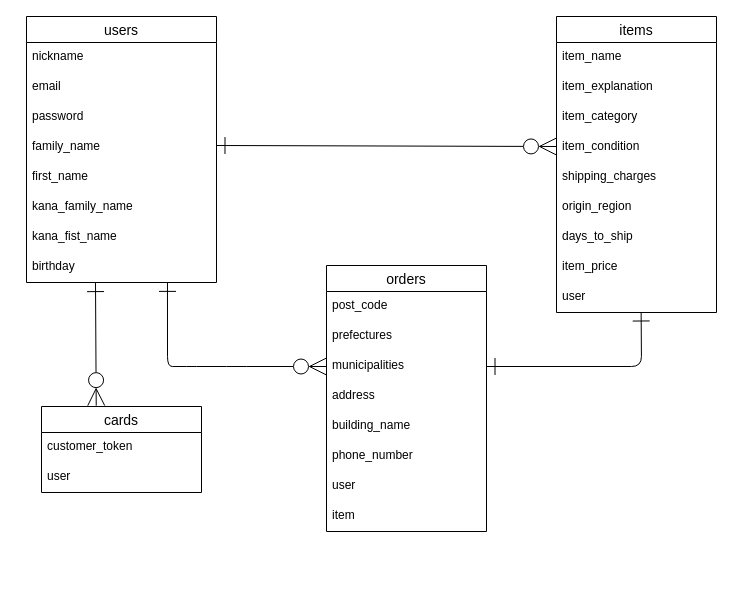
Above: ER.dio in Yoshito21/furima-38911 (draw.io), before the change. Source tidied: cells renumbered, new cells numbered last; positions are measured from the earlier drawing's top-left corner, leaving out a move shared by most shapes. Both pictures are drawn from the tidied source at 100%, with x=0, y=0 at pixel (26, 16).
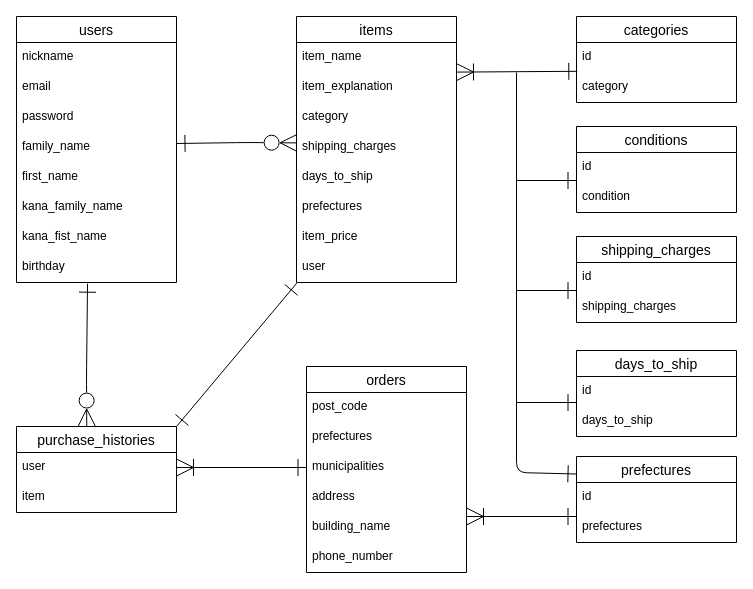
Above is the later version.

Commit message (it also covers changes not shown here):
issue3 DB設計 修正版1

Unchanged cells that the change refers to:
```xml
<mxCell id="25" value="municipalities" style="text;strokeColor=none;fillColor=none;spacingLeft=4;spacingRight=4;overflow=hidden;points=[[0,0.5],[1,0.5]];portConstraint=eastwest;fontSize=12;" parent="22" vertex="1">
  <mxGeometry y="86" width="160" height="30" as="geometry" />
</mxCell>
```

Diff of the diagram source:
```diff
@@
     <mxCell id="2" value="users" style="swimlane;fontStyle=0;horizontal=1;startSize=26;align=center;fontSize=14;" parent="1" vertex="1">
-      <mxGeometry width="190" height="266" as="geometry" />
+      <mxGeometry x="-10" width="160" height="266" as="geometry" />
     </mxCell>
     <mxCell id="3" value="nickname" style="text;strokeColor=none;fillColor=none;spacingLeft=4;spacingRight=4;overflow=hidden;fontSize=12;" parent="2" vertex="1">
-      <mxGeometry y="26" width="190" height="30" as="geometry" />
+      <mxGeometry y="26" width="160" height="30" as="geometry" />
     </mxCell>
     <mxCell id="4" value="email" style="text;strokeColor=none;fillColor=none;spacingLeft=4;spacingRight=4;overflow=hidden;fontSize=12;" parent="2" vertex="1">
-      <mxGeometry y="56" width="190" height="30" as="geometry" />
+      <mxGeometry y="56" width="160" height="30" as="geometry" />
     </mxCell>
     <mxCell id="5" value="password" style="text;strokeColor=none;fillColor=none;spacingLeft=4;spacingRight=4;overflow=hidden;fontSize=12;" parent="2" vertex="1">
-      <mxGeometry y="86" width="190" height="30" as="geometry" />
+      <mxGeometry y="86" width="160" height="30" as="geometry" />
     </mxCell>
     <mxCell id="6" value="family_name" style="text;strokeColor=none;fillColor=none;spacingLeft=4;spacingRight=4;overflow=hidden;fontSize=12;" parent="2" vertex="1">
-      <mxGeometry y="116" width="190" height="30" as="geometry" />
+      <mxGeometry y="116" width="160" height="30" as="geometry" />
     </mxCell>
     <mxCell id="7" value="first_name" style="text;strokeColor=none;fillColor=none;spacingLeft=4;spacingRight=4;overflow=hidden;fontSize=12;" parent="2" vertex="1">
-      <mxGeometry y="146" width="190" height="30" as="geometry" />
+      <mxGeometry y="146" width="160" height="30" as="geometry" />
     </mxCell>
     <mxCell id="8" value="kana_family_name" style="text;strokeColor=none;fillColor=none;spacingLeft=4;spacingRight=4;overflow=hidden;fontSize=12;" parent="2" vertex="1">
-      <mxGeometry y="176" width="190" height="30" as="geometry" />
+      <mxGeometry y="176" width="160" height="30" as="geometry" />
     </mxCell>
     <mxCell id="9" value="kana_fist_name" style="text;strokeColor=none;fillColor=none;spacingLeft=4;spacingRight=4;overflow=hidden;fontSize=12;" parent="2" vertex="1">
-      <mxGeometry y="206" width="190" height="30" as="geometry" />
+      <mxGeometry y="206" width="160" height="30" as="geometry" />
     </mxCell>
     <mxCell id="10" value="birthday" style="text;strokeColor=none;fillColor=none;spacingLeft=4;spacingRight=4;overflow=hidden;points=[[0,0.5],[1,0.5]];portConstraint=eastwest;fontSize=12;" parent="2" vertex="1">
-      <mxGeometry y="236" width="190" height="30" as="geometry" />
+      <mxGeometry y="236" width="160" height="30" as="geometry" />
     </mxCell>
     <mxCell id="11" value="items" style="swimlane;fontStyle=0;horizontal=1;startSize=26;align=center;fontSize=14;" parent="1" vertex="1">
-      <mxGeometry x="530" width="160" height="296" as="geometry" />
+      <mxGeometry x="270" width="160" height="266" as="geometry" />
     </mxCell>
@@
-    <mxCell id="14" value="item_category" style="text;strokeColor=none;fillColor=none;spacingLeft=4;spacingRight=4;overflow=hidden;fontSize=12;" parent="11" vertex="1">
-      <mxGeometry y="86" width="160" height="30" as="geometry" />
-    </mxCell>
-    <mxCell id="15" value="item_condition" style="text;strokeColor=none;fillColor=none;spacingLeft=4;spacingRight=4;overflow=hidden;fontSize=12;" parent="11" vertex="1">
-      <mxGeometry y="116" width="160" height="30" as="geometry" />
-    </mxCell>
-    <mxCell id="16" value="shipping_charges" style="text;strokeColor=none;fillColor=none;spacingLeft=4;spacingRight=4;overflow=hidden;fontSize=12;" parent="11" vertex="1">
-      <mxGeometry y="146" width="160" height="30" as="geometry" />
-    </mxCell>
-    <mxCell id="17" value="origin_region" style="text;strokeColor=none;fillColor=none;spacingLeft=4;spacingRight=4;overflow=hidden;fontSize=12;" parent="11" vertex="1">
-      <mxGeometry y="176" width="160" height="30" as="geometry" />
-    </mxCell>
+    <mxCell id="37" value="category" style="text;strokeColor=none;fillColor=none;spacingLeft=4;spacingRight=4;overflow=hidden;fontSize=12;" parent="11" vertex="1">
+      <mxGeometry y="86" width="160" height="30" as="geometry" />
+    </mxCell>
+    <mxCell id="38" value="shipping_charges" style="text;strokeColor=none;fillColor=none;spacingLeft=4;spacingRight=4;overflow=hidden;fontSize=12;" parent="11" vertex="1">
+      <mxGeometry y="116" width="160" height="30" as="geometry" />
+    </mxCell>
     <mxCell id="18" value="days_to_ship" style="text;strokeColor=none;fillColor=none;spacingLeft=4;spacingRight=4;overflow=hidden;fontSize=12;" parent="11" vertex="1">
-      <mxGeometry y="206" width="160" height="30" as="geometry" />
+      <mxGeometry y="146" width="160" height="30" as="geometry" />
     </mxCell>
+    <mxCell id="39" value="prefectures" style="text;strokeColor=none;fillColor=none;spacingLeft=4;spacingRight=4;overflow=hidden;fontSize=12;" parent="11" vertex="1">
+      <mxGeometry y="176" width="160" height="30" as="geometry" />
+    </mxCell>
     <mxCell id="19" value="item_price" style="text;strokeColor=none;fillColor=none;spacingLeft=4;spacingRight=4;overflow=hidden;fontSize=12;" parent="11" vertex="1">
-      <mxGeometry y="236" width="160" height="30" as="geometry" />
+      <mxGeometry y="206" width="160" height="30" as="geometry" />
     </mxCell>
     <mxCell id="20" value="user" style="text;strokeColor=none;fillColor=none;spacingLeft=4;spacingRight=4;overflow=hidden;points=[[0,0.5],[1,0.5]];portConstraint=eastwest;fontSize=12;" parent="11" vertex="1">
-      <mxGeometry y="266" width="160" height="30" as="geometry" />
+      <mxGeometry y="236" width="160" height="30" as="geometry" />
     </mxCell>
-    <mxCell id="21" style="edgeStyle=none;html=1;exitX=1;exitY=0.5;exitDx=0;exitDy=0;endArrow=ERzeroToMany;endFill=0;strokeWidth=1;endSize=15;startSize=15;startArrow=ERone;startFill=0;" parent="1" edge="1">
+    <mxCell id="21" style="edgeStyle=none;html=1;exitX=1;exitY=0.5;exitDx=0;exitDy=0;endArrow=ERzeroToMany;endFill=0;strokeWidth=1;endSize=15;startSize=15;startArrow=ERone;startFill=0;entryX=0.004;entryY=-0.02;entryDx=0;entryDy=0;entryPerimeter=0;" parent="1" edge="1">
       <mxGeometry relative="1" as="geometry">
-        <mxPoint x="190" y="129" as="sourcePoint" />
-        <mxPoint x="530" y="130" as="targetPoint" />
+        <mxPoint x="150" y="127" as="sourcePoint" />
+        <mxPoint x="270.6" y="126.4" as="targetPoint" />
+        <Array as="points">
+          <mxPoint x="220" y="126" />
+        </Array>
       </mxGeometry>
     </mxCell>
     <mxCell id="22" value="orders" style="swimlane;fontStyle=0;horizontal=1;startSize=26;align=center;fontSize=14;" parent="1" vertex="1">
-      <mxGeometry x="300" y="249" width="160" height="266" as="geometry" />
+      <mxGeometry x="280" y="350" width="160" height="206" as="geometry" />
     </mxCell>
+    <mxCell id="40" value="post_code" style="text;strokeColor=none;fillColor=none;spacingLeft=4;spacingRight=4;overflow=hidden;fontSize=12;" parent="22" vertex="1">
+      <mxGeometry y="26" width="160" height="30" as="geometry" />
+    </mxCell>
-    <mxCell id="23" value="post_code" style="text;strokeColor=none;fillColor=none;spacingLeft=4;spacingRight=4;overflow=hidden;fontSize=12;" parent="22" vertex="1">
-      <mxGeometry y="26" width="160" height="30" as="geometry" />
+    <mxCell id="23" value="prefectures" style="text;strokeColor=none;fillColor=none;spacingLeft=4;spacingRight=4;overflow=hidden;fontSize=12;" parent="22" vertex="1">
+      <mxGeometry y="56" width="160" height="30" as="geometry" />
     </mxCell>
-    <mxCell id="24" value="prefectures" style="text;strokeColor=none;fillColor=none;spacingLeft=4;spacingRight=4;overflow=hidden;fontSize=12;" parent="22" vertex="1">
-      <mxGeometry y="56" width="160" height="30" as="geometry" />
-    </mxCell>
@@
-    <mxCell id="29" value="user" style="text;strokeColor=none;fillColor=none;spacingLeft=4;spacingRight=4;overflow=hidden;fontSize=12;" parent="22" vertex="1">
-      <mxGeometry y="206" width="160" height="30" as="geometry" />
-    </mxCell>
+    <mxCell id="41" style="edgeStyle=none;html=1;exitX=1;exitY=0;exitDx=0;exitDy=0;entryX=0.001;entryY=1.027;entryDx=0;entryDy=0;startArrow=ERone;startFill=0;endArrow=ERone;endFill=0;startSize=15;endSize=15;entryPerimeter=0;" parent="1" edge="1" source="43" target="20">
+      <mxGeometry relative="1" as="geometry" />
+    </mxCell>
+    <mxCell id="42" style="edgeStyle=none;html=1;startArrow=ERzeroToMany;startFill=0;endArrow=ERone;endFill=0;endSize=15;startSize=15;entryX=0.444;entryY=1.04;entryDx=0;entryDy=0;entryPerimeter=0;exitX=0.439;exitY=-0.005;exitDx=0;exitDy=0;exitPerimeter=0;" parent="1" edge="1" source="43" target="10">
+      <mxGeometry relative="1" as="geometry">
+        <Array as="points">
+          <mxPoint x="60" y="360" />
+        </Array>
+      </mxGeometry>
+    </mxCell>
+    <mxCell id="43" value="purchase_histories" style="swimlane;fontStyle=0;horizontal=1;startSize=26;align=center;fontSize=14;" parent="1" vertex="1">
+      <mxGeometry x="-10" y="410" width="160" height="86" as="geometry" />
+    </mxCell>
+    <mxCell id="44" value="user" style="text;strokeColor=none;fillColor=none;spacingLeft=4;spacingRight=4;overflow=hidden;points=[[0,0.5],[1,0.5]];portConstraint=eastwest;fontSize=12;" parent="43" vertex="1">
+      <mxGeometry y="26" width="160" height="30" as="geometry" />
+    </mxCell>
-    <mxCell id="30" value="item" style="text;strokeColor=none;fillColor=none;spacingLeft=4;spacingRight=4;overflow=hidden;fontSize=12;" parent="22" vertex="1">
-      <mxGeometry y="236" width="160" height="30" as="geometry" />
+    <mxCell id="30" value="item" style="text;strokeColor=none;fillColor=none;spacingLeft=4;spacingRight=4;overflow=hidden;fontSize=12;" parent="43" vertex="1">
+      <mxGeometry y="56" width="160" height="30" as="geometry" />
     </mxCell>
-    <mxCell id="31" style="edgeStyle=none;html=1;entryX=0.742;entryY=1.013;entryDx=0;entryDy=0;entryPerimeter=0;startArrow=ERzeroToMany;startFill=0;endArrow=ERone;endFill=0;endSize=15;startSize=15;" parent="1" edge="1" target="10">
-      <mxGeometry relative="1" as="geometry">
-        <mxPoint x="300" y="350" as="sourcePoint" />
-        <Array as="points">
-          <mxPoint x="210" y="350" />
-          <mxPoint x="160" y="350" />
-          <mxPoint x="141" y="350" />
-        </Array>
-      </mxGeometry>
-    </mxCell>
-    <mxCell id="32" style="edgeStyle=none;html=1;exitX=1;exitY=0.5;exitDx=0;exitDy=0;entryX=0.529;entryY=1;entryDx=0;entryDy=0;entryPerimeter=0;endSize=15;startSize=15;startArrow=ERone;startFill=0;endArrow=ERone;endFill=0;" parent="1" edge="1" source="25" target="20">
-      <mxGeometry relative="1" as="geometry">
-        <Array as="points">
-          <mxPoint x="615" y="350" />
-        </Array>
-      </mxGeometry>
-    </mxCell>
-    <mxCell id="33" style="edgeStyle=none;html=1;exitX=0.342;exitY=-0.01;exitDx=0;exitDy=0;startArrow=ERzeroToMany;startFill=0;endArrow=ERone;endFill=0;startSize=15;endSize=15;entryX=0.363;entryY=1.12;entryDx=0;entryDy=0;entryPerimeter=0;exitPerimeter=0;" parent="1" edge="1" source="34">
-      <mxGeometry relative="1" as="geometry">
-        <mxPoint x="69" y="266.6" as="targetPoint" />
-      </mxGeometry>
-    </mxCell>
-    <mxCell id="34" value="cards" style="swimlane;fontStyle=0;horizontal=1;startSize=26;align=center;fontSize=14;" parent="1" vertex="1">
-      <mxGeometry x="15" y="390" width="160" height="86" as="geometry" />
-    </mxCell>
-    <mxCell id="35" value="customer_token" style="text;strokeColor=none;fillColor=none;spacingLeft=4;spacingRight=4;overflow=hidden;fontSize=12;" parent="34" vertex="1">
-      <mxGeometry y="26" width="160" height="30" as="geometry" />
-    </mxCell>
-    <mxCell id="36" value="user" style="text;strokeColor=none;fillColor=none;spacingLeft=4;spacingRight=4;overflow=hidden;fontSize=12;" parent="34" vertex="1">
-      <mxGeometry y="56" width="160" height="30" as="geometry" />
-    </mxCell>
+    <mxCell id="45" style="edgeStyle=none;html=1;exitX=1;exitY=0.5;exitDx=0;exitDy=0;entryX=0;entryY=0.5;entryDx=0;entryDy=0;startArrow=ERoneToMany;startFill=0;endArrow=ERone;endFill=0;endSize=15;startSize=15;" parent="1" edge="1" source="44" target="25">
+      <mxGeometry relative="1" as="geometry" />
+    </mxCell>
+    <mxCell id="46" value="categories" style="swimlane;fontStyle=0;horizontal=1;startSize=26;align=center;fontSize=14;" parent="1" vertex="1">
+      <mxGeometry x="550" width="160" height="86" as="geometry" />
+    </mxCell>
+    <mxCell id="47" value="id" style="text;strokeColor=none;fillColor=none;spacingLeft=4;spacingRight=4;overflow=hidden;fontSize=12;" parent="46" vertex="1">
+      <mxGeometry y="26" width="160" height="30" as="geometry" />
+    </mxCell>
+    <mxCell id="48" value="category" style="text;strokeColor=none;fillColor=none;spacingLeft=4;spacingRight=4;overflow=hidden;fontSize=12;" parent="46" vertex="1">
+      <mxGeometry y="56" width="160" height="30" as="geometry" />
+    </mxCell>
+    <mxCell id="49" value="conditions" style="swimlane;fontStyle=0;horizontal=1;startSize=26;align=center;fontSize=14;" parent="1" vertex="1">
+      <mxGeometry x="550" y="110" width="160" height="86" as="geometry" />
+    </mxCell>
+    <mxCell id="50" value="id" style="text;strokeColor=none;fillColor=none;spacingLeft=4;spacingRight=4;overflow=hidden;fontSize=12;" parent="49" vertex="1">
+      <mxGeometry y="26" width="160" height="30" as="geometry" />
+    </mxCell>
+    <mxCell id="51" value="condition" style="text;strokeColor=none;fillColor=none;spacingLeft=4;spacingRight=4;overflow=hidden;fontSize=12;" parent="49" vertex="1">
+      <mxGeometry y="56" width="160" height="30" as="geometry" />
+    </mxCell>
+    <mxCell id="52" style="edgeStyle=none;html=1;exitX=0;exitY=0.5;exitDx=0;exitDy=0;startArrow=ERone;startFill=0;endArrow=none;endFill=0;startSize=15;endSize=15;" parent="1" edge="1">
+      <mxGeometry relative="1" as="geometry">
+        <mxPoint x="550" y="274" as="sourcePoint" />
+        <mxPoint x="490" y="274" as="targetPoint" />
+      </mxGeometry>
+    </mxCell>
+    <mxCell id="53" value="shipping_charges" style="swimlane;fontStyle=0;horizontal=1;startSize=26;align=center;fontSize=14;" parent="1" vertex="1">
+      <mxGeometry x="550" y="220" width="160" height="86" as="geometry" />
+    </mxCell>
+    <mxCell id="54" value="id" style="text;strokeColor=none;fillColor=none;spacingLeft=4;spacingRight=4;overflow=hidden;fontSize=12;" parent="53" vertex="1">
+      <mxGeometry y="26" width="160" height="30" as="geometry" />
+    </mxCell>
+    <mxCell id="55" value="shipping_charges" style="text;strokeColor=none;fillColor=none;spacingLeft=4;spacingRight=4;overflow=hidden;fontSize=12;" parent="53" vertex="1">
+      <mxGeometry y="56" width="160" height="30" as="geometry" />
+    </mxCell>
+    <mxCell id="56" style="edgeStyle=none;html=1;exitX=0;exitY=0.25;exitDx=0;exitDy=0;startArrow=ERone;startFill=0;endArrow=none;endFill=0;startSize=15;endSize=15;" parent="1" edge="1">
+      <mxGeometry relative="1" as="geometry">
+        <mxPoint x="550" y="457.5" as="sourcePoint" />
+        <mxPoint x="490" y="56" as="targetPoint" />
+        <Array as="points">
+          <mxPoint x="490" y="456" />
+        </Array>
+      </mxGeometry>
+    </mxCell>
+    <mxCell id="57" value="prefectures" style="swimlane;fontStyle=0;horizontal=1;startSize=26;align=center;fontSize=14;" parent="1" vertex="1">
+      <mxGeometry x="550" y="440" width="160" height="86" as="geometry" />
+    </mxCell>
+    <mxCell id="58" value="id" style="text;strokeColor=none;fillColor=none;spacingLeft=4;spacingRight=4;overflow=hidden;fontSize=12;" parent="57" vertex="1">
+      <mxGeometry y="26" width="160" height="30" as="geometry" />
+    </mxCell>
+    <mxCell id="24" value="prefectures" style="text;strokeColor=none;fillColor=none;spacingLeft=4;spacingRight=4;overflow=hidden;fontSize=12;" parent="57" vertex="1">
+      <mxGeometry y="56" width="160" height="30" as="geometry" />
+    </mxCell>
+    <mxCell id="59" style="edgeStyle=none;html=1;exitX=0;exitY=0.5;exitDx=0;exitDy=0;startArrow=ERone;startFill=0;endArrow=none;endFill=0;startSize=15;endSize=15;" parent="1" edge="1">
+      <mxGeometry relative="1" as="geometry">
+        <mxPoint x="550" y="386" as="sourcePoint" />
+        <mxPoint x="490" y="386" as="targetPoint" />
+      </mxGeometry>
+    </mxCell>
+    <mxCell id="60" value="days_to_ship" style="swimlane;fontStyle=0;horizontal=1;startSize=26;align=center;fontSize=14;" parent="1" vertex="1">
+      <mxGeometry x="550" y="334" width="160" height="86" as="geometry" />
+    </mxCell>
+    <mxCell id="61" value="id" style="text;strokeColor=none;fillColor=none;spacingLeft=4;spacingRight=4;overflow=hidden;fontSize=12;" parent="60" vertex="1">
+      <mxGeometry y="26" width="160" height="30" as="geometry" />
+    </mxCell>
+    <mxCell id="62" value="days_to_ship" style="text;strokeColor=none;fillColor=none;spacingLeft=4;spacingRight=4;overflow=hidden;fontSize=12;" parent="60" vertex="1">
+      <mxGeometry y="56" width="160" height="30" as="geometry" />
+    </mxCell>
+    <mxCell id="63" style="edgeStyle=none;html=1;exitX=0.994;exitY=0.953;exitDx=0;exitDy=0;entryX=-0.001;entryY=0.093;entryDx=0;entryDy=0;entryPerimeter=0;startArrow=ERoneToMany;startFill=0;endArrow=ERone;endFill=0;startSize=15;endSize=15;exitPerimeter=0;" parent="1" edge="1">
+      <mxGeometry relative="1" as="geometry">
+        <mxPoint x="430" y="55.6" as="sourcePoint" />
+        <mxPoint x="550.8" y="54.8" as="targetPoint" />
+      </mxGeometry>
+    </mxCell>
+    <mxCell id="64" style="edgeStyle=none;html=1;exitX=0;exitY=0.5;exitDx=0;exitDy=0;startArrow=ERone;startFill=0;endArrow=none;endFill=0;startSize=15;endSize=15;" parent="1" edge="1">
+      <mxGeometry relative="1" as="geometry">
+        <mxPoint x="550" y="164" as="sourcePoint" />
+        <mxPoint x="490" y="164" as="targetPoint" />
+      </mxGeometry>
+    </mxCell>
+    <mxCell id="65" style="edgeStyle=none;html=1;startArrow=ERone;startFill=0;endArrow=ERoneToMany;endFill=0;startSize=15;endSize=15;" parent="1" edge="1">
+      <mxGeometry relative="1" as="geometry">
+        <mxPoint x="550" y="500" as="sourcePoint" />
+        <mxPoint x="440" y="500" as="targetPoint" />
+      </mxGeometry>
+    </mxCell>
```
